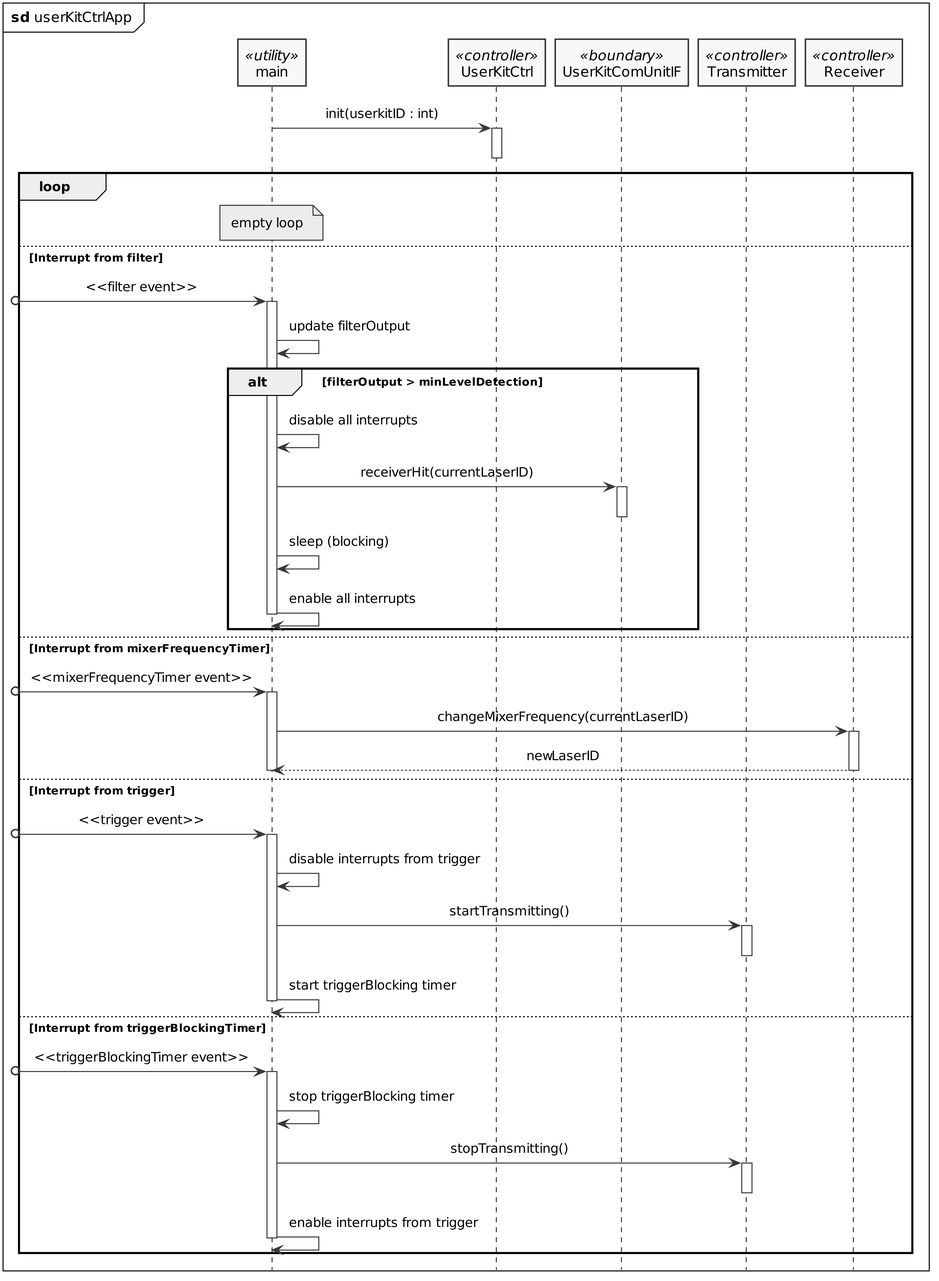
Earlier version of the PlantUML export PlantUML/out/userKitCtrlApp_sd.png (LasseKrarup/Laser-Tag-Project).
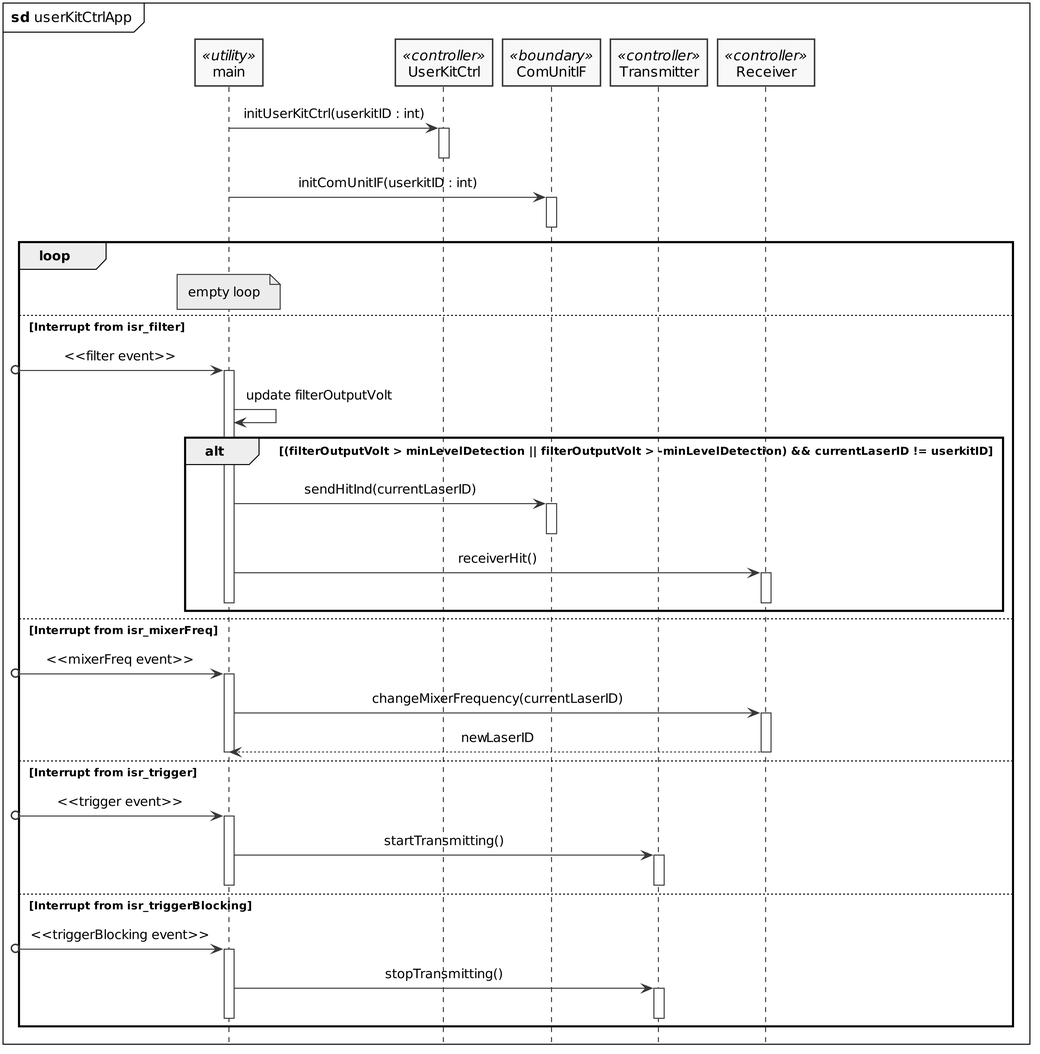
Above is the later version.

Change to the diagram source:
```diff
@@ -15,61 +15,56 @@
 
 participant main <<utility>>
 participant UserKitCtrl <<controller>>
-participant UserKitComUnitIF <<boundary>>
+participant ComUnitIF <<boundary>>
 participant Transmitter <<controller>>
 participant Receiver <<controller>>
 
-main -> UserKitCtrl++: init(userkitID : int)
+main -> UserKitCtrl++: initUserKitCtrl(userkitID : int)
 deactivate UserKitCtrl
+main -> ComUnitIF++: initComUnitIF(userkitID : int)
+deactivate ComUnitIF
 
 loop
 
     note over main : empty loop
 
-    else Interrupt from filter
+    else Interrupt from isr_filter
     [o-> main: <<filter event>>
     activate main
 
-    main -> main: update filterOutput
+    main -> main: update filterOutputVolt
 
-    alt filterOutput > minLevelDetection
-        main -> main: disable all interrupts
-        main -> UserKitComUnitIF++: receiverHit(currentLaserID)
-        deactivate UserKitComUnitIF
-        main -> main: sleep (blocking)
-        main -> main: enable all interrupts
+    alt (filterOutputVolt > minLevelDetection || filterOutputVolt > -minLevelDetection) && currentLaserID != userkitID
+        main -> ComUnitIF++: sendHitInd(currentLaserID)
+        deactivate ComUnitIF
+        main -> Receiver++: receiverHit()
+        deactivate Receiver
         deactivate main
     end
 
-
-    else Interrupt from mixerFrequencyTimer
-    [o-> main: <<mixerFrequencyTimer event>>
+    else Interrupt from isr_mixerFreq
+    [o-> main: <<mixerFreq event>>
     activate main
     main -> Receiver++: changeMixerFrequency(currentLaserID)
     return newLaserID
     deactivate main
     deactivate Receiver
 
-    else Interrupt from trigger
+    else Interrupt from isr_trigger
     [o-> main: <<trigger event>>
     activate main
-    main -> main: disable interrupts from trigger
     main -> Transmitter++: startTransmitting()
     deactivate Transmitter
-    main -> main: start triggerBlocking timer
     deactivate main
 
-    else Interrupt from triggerBlockingTimer
-    [o-> main: <<triggerBlockingTimer event>>
+    else Interrupt from isr_triggerBlocking
+    [o-> main: <<triggerBlocking event>>
     activate main
 
-    main -> main: stop triggerBlocking timer
     main -> Transmitter++: stopTransmitting()
     deactivate Transmitter
-    main -> main: enable interrupts from trigger
     deactivate main
 
 end
 
-
 @enduml
```
